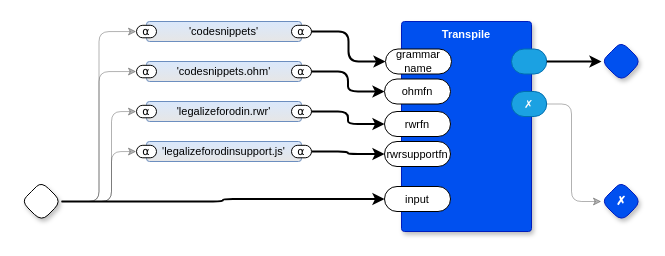
Above: page "Mangle Names for Odin" (17 of 17) of gen0d.drawio in guitarvydas/gen0d (draw.io), before the change. Source tidied: cells renumbered, new cells numbered last; positions are measured from the earlier drawing's top-left corner, leaving out a move shared by most shapes. Both pictures are drawn from the tidied source at 100%, with x=0, y=0 at pixel (21, 21).
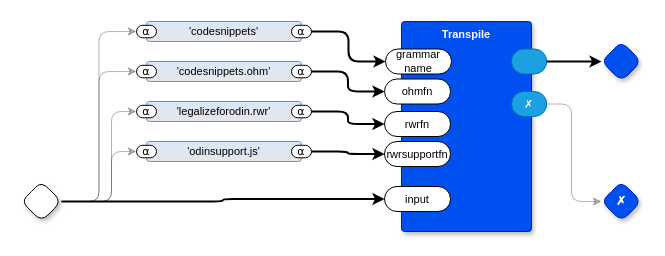
The same page after the edit.

The edit, as a diff of the source:
```diff
@@
-    <mxCell id="33" value="'legalizeforodinsupport.js'" style="rounded=1;whiteSpace=wrap;html=1;sketch=0;verticalAlign=middle;arcSize=6;fontStyle=0;absoluteArcSize=1;shadow=0;strokeColor=#6c8ebf;fillColor=#dae8fc;fontFamily=Helvetica;fontSize=11;gradientColor=#E6E6E6;fontColor=default;" parent="1" vertex="1">
+    <mxCell id="33" value="'odinsupport.js'" style="rounded=1;whiteSpace=wrap;html=1;sketch=0;verticalAlign=middle;arcSize=6;fontStyle=0;absoluteArcSize=1;shadow=0;strokeColor=#6c8ebf;fillColor=#dae8fc;fontFamily=Helvetica;fontSize=11;gradientColor=#E6E6E6;fontColor=default;" parent="1" vertex="1">
       <mxGeometry x="125" y="120" width="155" height="20" as="geometry" />
     </mxCell>
```
